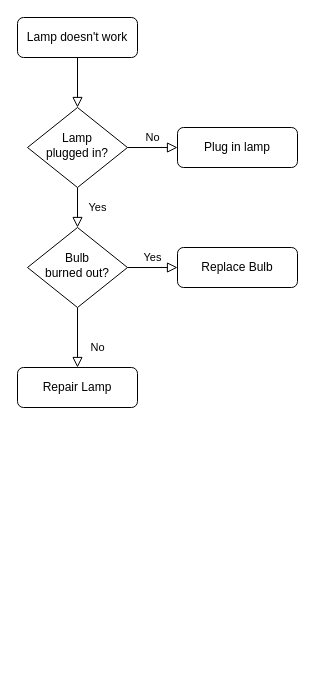
aledeleonez/TP_Tema3 keeps this draw.io diagram as Ejercicio2.drawio. Above is the earlier version. Source tidied: cells renumbered, new cells numbered last; positions are measured from the earlier drawing's top-left corner, leaving out a move shared by most shapes. Both pictures are drawn from the tidied source at 100%, with x=0, y=0 at pixel (17, 17).
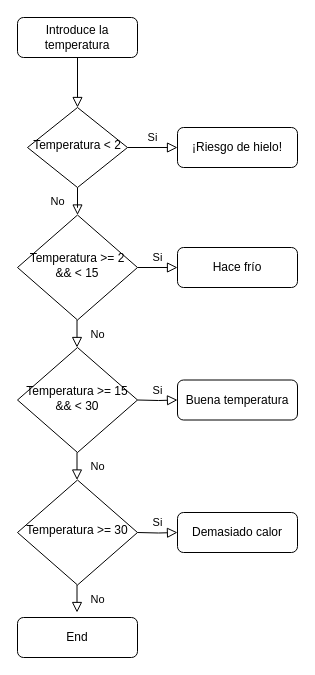
The same page after the edit.

Change to the diagram source:
```diff
@@
-    <mxCell id="3" value="Lamp doesn't work" style="rounded=1;whiteSpace=wrap;html=1;fontSize=12;glass=0;strokeWidth=1;shadow=0;" parent="1" vertex="1">
+    <mxCell id="3" value="Introduce la temperatura" style="rounded=1;whiteSpace=wrap;html=1;fontSize=12;glass=0;strokeWidth=1;shadow=0;" parent="1" vertex="1">
       <mxGeometry width="120" height="40" as="geometry" />
     </mxCell>
-    <mxCell id="4" value="Yes" style="rounded=0;html=1;jettySize=auto;fontSize=11;endArrow=block;endFill=0;endSize=8;strokeWidth=1;shadow=0;labelBackgroundColor=none;edgeStyle=orthogonalEdgeStyle;" parent="1" edge="1" source="6" target="10">
+    <mxCell id="4" value="No" style="rounded=0;html=1;jettySize=auto;fontSize=11;endArrow=block;endFill=0;endSize=8;strokeWidth=1;shadow=0;labelBackgroundColor=none;edgeStyle=orthogonalEdgeStyle;" parent="1" edge="1" source="6" target="10">
       <mxGeometry y="20" relative="1" as="geometry" />
     </mxCell>
-    <mxCell id="5" value="No" style="edgeStyle=orthogonalEdgeStyle;rounded=0;html=1;jettySize=auto;fontSize=11;endArrow=block;endFill=0;endSize=8;strokeWidth=1;shadow=0;labelBackgroundColor=none;" parent="1" edge="1" source="6" target="7">
+    <mxCell id="5" value="Si" style="edgeStyle=orthogonalEdgeStyle;rounded=0;html=1;jettySize=auto;fontSize=11;endArrow=block;endFill=0;endSize=8;strokeWidth=1;shadow=0;labelBackgroundColor=none;" parent="1" edge="1" source="6" target="7">
       <mxGeometry y="10" relative="1" as="geometry" />
     </mxCell>
-    <mxCell id="6" value="Lamp&lt;br&gt;plugged in?" style="rhombus;whiteSpace=wrap;html=1;shadow=0;fontFamily=Helvetica;fontSize=12;align=center;strokeWidth=1;spacing=6;spacingTop=-4;" parent="1" vertex="1">
+    <mxCell id="6" value="Temperatura &amp;lt; 2" style="rhombus;whiteSpace=wrap;html=1;shadow=0;fontFamily=Helvetica;fontSize=12;align=center;strokeWidth=1;spacing=6;spacingTop=-4;" parent="1" vertex="1">
       <mxGeometry x="10" y="90" width="100" height="80" as="geometry" />
     </mxCell>
-    <mxCell id="7" value="Plug in lamp" style="rounded=1;whiteSpace=wrap;html=1;fontSize=12;glass=0;strokeWidth=1;shadow=0;" parent="1" vertex="1">
+    <mxCell id="7" value="¡Riesgo de hielo!" style="rounded=1;whiteSpace=wrap;html=1;fontSize=12;glass=0;strokeWidth=1;shadow=0;" parent="1" vertex="1">
       <mxGeometry x="160" y="110" width="120" height="40" as="geometry" />
     </mxCell>
-    <mxCell id="8" value="No" style="rounded=0;html=1;jettySize=auto;fontSize=11;endArrow=block;endFill=0;endSize=8;strokeWidth=1;shadow=0;labelBackgroundColor=none;edgeStyle=orthogonalEdgeStyle;" parent="1" edge="1" source="10" target="11">
-      <mxGeometry x="0.33" y="20" relative="1" as="geometry" />
-    </mxCell>
-    <mxCell id="9" value="Yes" style="edgeStyle=orthogonalEdgeStyle;rounded=0;html=1;jettySize=auto;fontSize=11;endArrow=block;endFill=0;endSize=8;strokeWidth=1;shadow=0;labelBackgroundColor=none;" parent="1" edge="1" source="10" target="12">
+    <mxCell id="9" value="Si" style="edgeStyle=orthogonalEdgeStyle;rounded=0;html=1;jettySize=auto;fontSize=11;endArrow=block;endFill=0;endSize=8;strokeWidth=1;shadow=0;labelBackgroundColor=none;" parent="1" edge="1" source="10" target="12">
       <mxGeometry y="10" relative="1" as="geometry" />
     </mxCell>
-    <mxCell id="10" value="Bulb&lt;br&gt;burned out?" style="rhombus;whiteSpace=wrap;html=1;shadow=0;fontFamily=Helvetica;fontSize=12;align=center;strokeWidth=1;spacing=6;spacingTop=-4;" parent="1" vertex="1">
-      <mxGeometry x="10" y="210" width="100" height="80" as="geometry" />
+    <mxCell id="10" value="Temperatura &amp;gt;= 2 &amp;amp;&amp;amp; &amp;lt; 15" style="rhombus;whiteSpace=wrap;html=1;shadow=0;fontFamily=Helvetica;fontSize=12;align=center;strokeWidth=1;spacing=6;spacingTop=-4;" parent="1" vertex="1">
+      <mxGeometry y="197.5" width="120" height="105" as="geometry" />
     </mxCell>
-    <mxCell id="11" value="Repair Lamp" style="rounded=1;whiteSpace=wrap;html=1;fontSize=12;glass=0;strokeWidth=1;shadow=0;" parent="1" vertex="1">
-      <mxGeometry y="350" width="120" height="40" as="geometry" />
-    </mxCell>
-    <mxCell id="12" value="Replace Bulb" style="rounded=1;whiteSpace=wrap;html=1;fontSize=12;glass=0;strokeWidth=1;shadow=0;" parent="1" vertex="1">
+    <mxCell id="12" value="Hace frío" style="rounded=1;whiteSpace=wrap;html=1;fontSize=12;glass=0;strokeWidth=1;shadow=0;" parent="1" vertex="1">
       <mxGeometry x="160" y="230" width="120" height="40" as="geometry" />
     </mxCell>
+    <mxCell id="13" value="Temperatura &amp;gt;= 15 &amp;amp;&amp;amp; &amp;lt; 30" style="rhombus;whiteSpace=wrap;html=1;shadow=0;fontFamily=Helvetica;fontSize=12;align=center;strokeWidth=1;spacing=6;spacingTop=-4;" parent="1" vertex="1">
+      <mxGeometry y="330" width="120" height="105" as="geometry" />
+    </mxCell>
+    <mxCell id="14" value="Si" style="edgeStyle=orthogonalEdgeStyle;rounded=0;html=1;jettySize=auto;fontSize=11;endArrow=block;endFill=0;endSize=8;strokeWidth=1;shadow=0;labelBackgroundColor=none;" parent="1" edge="1" target="15">
+      <mxGeometry y="10" relative="1" as="geometry">
+        <mxPoint x="120" y="382.5" as="sourcePoint" />
+      </mxGeometry>
+    </mxCell>
+    <mxCell id="15" value="Buena temperatura" style="rounded=1;whiteSpace=wrap;html=1;fontSize=12;glass=0;strokeWidth=1;shadow=0;" parent="1" vertex="1">
+      <mxGeometry x="160" y="362.5" width="120" height="40" as="geometry" />
+    </mxCell>
+    <mxCell id="16" value="No" style="rounded=0;html=1;jettySize=auto;orthogonalLoop=1;fontSize=11;endArrow=block;endFill=0;endSize=8;strokeWidth=1;shadow=0;labelBackgroundColor=none;edgeStyle=orthogonalEdgeStyle;" parent="1" edge="1">
+      <mxGeometry y="20" relative="1" as="geometry">
+        <mxPoint x="59.5" y="302.5" as="sourcePoint" />
+        <mxPoint x="59.5" y="330" as="targetPoint" />
+      </mxGeometry>
+    </mxCell>
+    <mxCell id="17" value="Temperatura &amp;gt;= 30" style="rhombus;whiteSpace=wrap;html=1;shadow=0;fontFamily=Helvetica;fontSize=12;align=center;strokeWidth=1;spacing=6;spacingTop=-4;" parent="1" vertex="1">
+      <mxGeometry y="462.5" width="120" height="105" as="geometry" />
+    </mxCell>
+    <mxCell id="18" value="Si" style="edgeStyle=orthogonalEdgeStyle;rounded=0;html=1;jettySize=auto;fontSize=11;endArrow=block;endFill=0;endSize=8;strokeWidth=1;shadow=0;labelBackgroundColor=none;" parent="1" edge="1" target="19">
+      <mxGeometry y="10" relative="1" as="geometry">
+        <mxPoint x="120" y="515" as="sourcePoint" />
+      </mxGeometry>
+    </mxCell>
+    <mxCell id="19" value="Demasiado calor" style="rounded=1;whiteSpace=wrap;html=1;fontSize=12;glass=0;strokeWidth=1;shadow=0;" parent="1" vertex="1">
+      <mxGeometry x="160" y="495" width="120" height="40" as="geometry" />
+    </mxCell>
+    <mxCell id="20" value="No" style="rounded=0;html=1;jettySize=auto;orthogonalLoop=1;fontSize=11;endArrow=block;endFill=0;endSize=8;strokeWidth=1;shadow=0;labelBackgroundColor=none;edgeStyle=orthogonalEdgeStyle;" parent="1" edge="1">
+      <mxGeometry y="20" relative="1" as="geometry">
+        <mxPoint x="59.5" y="435" as="sourcePoint" />
+        <mxPoint x="59.5" y="462.5" as="targetPoint" />
+      </mxGeometry>
+    </mxCell>
+    <mxCell id="21" value="End" style="rounded=1;whiteSpace=wrap;html=1;fontSize=12;glass=0;strokeWidth=1;shadow=0;" parent="1" vertex="1">
+      <mxGeometry y="600" width="120" height="40" as="geometry" />
+    </mxCell>
+    <mxCell id="22" value="No" style="rounded=0;html=1;jettySize=auto;orthogonalLoop=1;fontSize=11;endArrow=block;endFill=0;endSize=8;strokeWidth=1;shadow=0;labelBackgroundColor=none;edgeStyle=orthogonalEdgeStyle;" parent="1" edge="1">
+      <mxGeometry y="20" relative="1" as="geometry">
+        <mxPoint x="59.5" y="567.5" as="sourcePoint" />
+        <mxPoint x="59.5" y="595" as="targetPoint" />
+      </mxGeometry>
+    </mxCell>
```
